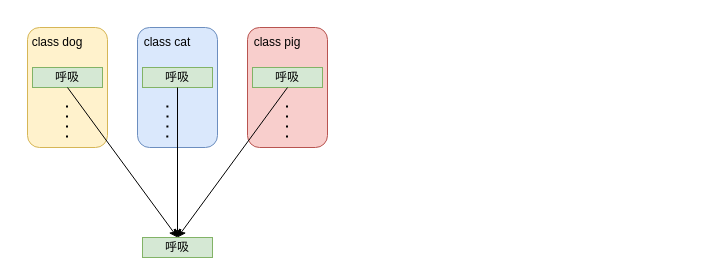
The draw.io diagram DrawIO_file/流程图/组合设计模式.drawio in DingDongZz/typera_PicGO, before the edit. Source tidied: cells renumbered, new cells numbered last; positions are measured from the earlier drawing's top-left corner, leaving out a move shared by most shapes. Both pictures are drawn from the tidied source at 100%, with x=0, y=0 at pixel (27, 27).
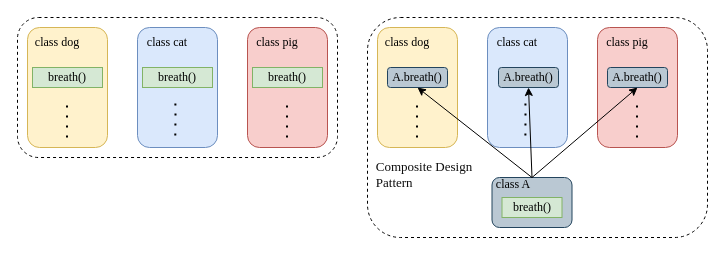
Above is the later version.

Commit message (it also covers changes not shown here):
更新组合设计模式.drawio

The edit, as a diff of the source:
```diff
@@
+    <mxCell id="18" style="rounded=1;whiteSpace=wrap;html=1;dashed=1;fontFamily=Times New Roman;" parent="1" vertex="1">
+      <mxGeometry x="-10" y="-10" width="320" height="140" as="geometry" />
+    </mxCell>
-    <mxCell id="2" style="rounded=1;whiteSpace=wrap;html=1;fillColor=#fff2cc;strokeColor=#d6b656;" parent="1" vertex="1">
+    <mxCell id="2" style="rounded=1;whiteSpace=wrap;html=1;fillColor=#fff2cc;strokeColor=#d6b656;fontFamily=Times New Roman;" parent="1" vertex="1">
       <mxGeometry width="80" height="120" as="geometry" />
     </mxCell>
-    <mxCell id="3" style="rounded=1;whiteSpace=wrap;html=1;fillColor=#dae8fc;strokeColor=#6c8ebf;" parent="1" vertex="1">
+    <mxCell id="3" style="rounded=1;whiteSpace=wrap;html=1;fillColor=#dae8fc;strokeColor=#6c8ebf;fontFamily=Times New Roman;" parent="1" vertex="1">
       <mxGeometry x="110" width="80" height="120" as="geometry" />
     </mxCell>
-    <mxCell id="4" style="rounded=1;whiteSpace=wrap;html=1;fillColor=#f8cecc;strokeColor=#b85450;" parent="1" vertex="1">
+    <mxCell id="4" style="rounded=1;whiteSpace=wrap;html=1;fillColor=#f8cecc;strokeColor=#b85450;fontFamily=Times New Roman;" parent="1" vertex="1">
       <mxGeometry x="220" width="80" height="120" as="geometry" />
     </mxCell>
-    <mxCell id="5" value="class dog" style="text;html=1;align=center;verticalAlign=middle;whiteSpace=wrap;rounded=0;" parent="1" vertex="1">
+    <mxCell id="5" value="class dog" style="text;html=1;align=center;verticalAlign=middle;whiteSpace=wrap;rounded=0;fontFamily=Times New Roman;" parent="1" vertex="1">
       <mxGeometry width="60" height="30" as="geometry" />
     </mxCell>
-    <mxCell id="6" value="class cat" style="text;html=1;align=center;verticalAlign=middle;whiteSpace=wrap;rounded=0;" parent="1" vertex="1">
+    <mxCell id="6" value="class cat" style="text;html=1;align=center;verticalAlign=middle;whiteSpace=wrap;rounded=0;fontFamily=Times New Roman;" parent="1" vertex="1">
       <mxGeometry x="110" width="60" height="30" as="geometry" />
     </mxCell>
-    <mxCell id="7" value="class pig" style="text;html=1;align=center;verticalAlign=middle;whiteSpace=wrap;rounded=0;" parent="1" vertex="1">
+    <mxCell id="7" value="class pig" style="text;html=1;align=center;verticalAlign=middle;whiteSpace=wrap;rounded=0;fontFamily=Times New Roman;" parent="1" vertex="1">
       <mxGeometry x="220" width="60" height="30" as="geometry" />
     </mxCell>
-    <mxCell id="8" value="呼吸" style="rounded=0;whiteSpace=wrap;html=1;fillColor=#d5e8d4;strokeColor=#82b366;" parent="1" vertex="1">
+    <mxCell id="8" value="breath()" style="rounded=0;whiteSpace=wrap;html=1;fillColor=#d5e8d4;strokeColor=#82b366;fontFamily=Times New Roman;" parent="1" vertex="1">
       <mxGeometry x="5" y="40" width="70" height="20" as="geometry" />
     </mxCell>
-    <mxCell id="9" value="呼吸" style="rounded=0;whiteSpace=wrap;html=1;fillColor=#d5e8d4;strokeColor=#82b366;" parent="1" vertex="1">
+    <mxCell id="9" value="breath()" style="rounded=0;whiteSpace=wrap;html=1;fillColor=#d5e8d4;strokeColor=#82b366;fontFamily=Times New Roman;" parent="1" vertex="1">
       <mxGeometry x="115" y="40" width="70" height="20" as="geometry" />
     </mxCell>
-    <mxCell id="10" value="呼吸" style="rounded=0;whiteSpace=wrap;html=1;fillColor=#d5e8d4;strokeColor=#82b366;" parent="1" vertex="1">
+    <mxCell id="10" value="breath()" style="rounded=0;whiteSpace=wrap;html=1;fillColor=#d5e8d4;strokeColor=#82b366;fontFamily=Times New Roman;" parent="1" vertex="1">
       <mxGeometry x="225" y="40" width="70" height="20" as="geometry" />
     </mxCell>
-    <mxCell id="11" style="endArrow=none;dashed=1;html=1;rounded=0;dashPattern=1 4;strokeWidth=2;" parent="1" edge="1">
+    <mxCell id="11" style="endArrow=none;dashed=1;html=1;rounded=0;dashPattern=1 4;strokeWidth=2;fontFamily=Times New Roman;" parent="1" edge="1">
       <mxGeometry relative="1" as="geometry">
         <mxPoint x="39.5" y="110" as="sourcePoint" />
         <mxPoint x="39.5" y="70" as="targetPoint" />
       </mxGeometry>
     </mxCell>
-    <mxCell id="12" style="endArrow=none;dashed=1;html=1;rounded=0;dashPattern=1 4;strokeWidth=2;" parent="1" edge="1">
+    <mxCell id="12" style="endArrow=none;dashed=1;html=1;rounded=0;dashPattern=1 4;strokeWidth=2;fontFamily=Times New Roman;" parent="1" edge="1">
       <mxGeometry relative="1" as="geometry">
-        <mxPoint x="139.8" y="110" as="sourcePoint" />
-        <mxPoint x="139.8" y="70" as="targetPoint" />
+        <mxPoint x="147.8" y="108" as="sourcePoint" />
+        <mxPoint x="147.8" y="68" as="targetPoint" />
         <Array as="points">
-          <mxPoint x="140" y="90" />
+          <mxPoint x="148" y="88" />
         </Array>
       </mxGeometry>
     </mxCell>
-    <mxCell id="13" style="endArrow=none;dashed=1;html=1;rounded=0;dashPattern=1 4;strokeWidth=2;" parent="1" edge="1">
+    <mxCell id="13" style="endArrow=none;dashed=1;html=1;rounded=0;dashPattern=1 4;strokeWidth=2;fontFamily=Times New Roman;" parent="1" edge="1">
       <mxGeometry relative="1" as="geometry">
         <mxPoint x="259.5" y="110" as="sourcePoint" />
         <mxPoint x="259.5" y="70" as="targetPoint" />
       </mxGeometry>
     </mxCell>
-    <mxCell id="14" value="呼吸" style="rounded=0;whiteSpace=wrap;html=1;fillColor=#d5e8d4;strokeColor=#82b366;" parent="1" vertex="1">
-      <mxGeometry x="115" y="210" width="70" height="20" as="geometry" />
-    </mxCell>
-    <mxCell id="15" style="endArrow=classic;html=1;rounded=0;exitX=0.5;exitY=1;exitDx=0;exitDy=0;entryX=0.5;entryY=0;entryDx=0;entryDy=0;" parent="1" edge="1" source="8" target="14">
-      <mxGeometry relative="1" as="geometry" />
-    </mxCell>
-    <mxCell id="16" style="endArrow=classic;html=1;rounded=0;exitX=0.5;exitY=1;exitDx=0;exitDy=0;entryX=0.5;entryY=0;entryDx=0;entryDy=0;" parent="1" edge="1" source="10" target="14">
-      <mxGeometry relative="1" as="geometry" />
-    </mxCell>
-    <mxCell id="17" style="endArrow=classic;html=1;rounded=0;exitX=0.5;exitY=1;exitDx=0;exitDy=0;entryX=0.5;entryY=0;entryDx=0;entryDy=0;" parent="1" edge="1">
-      <mxGeometry relative="1" as="geometry">
-        <mxPoint x="150" y="60" as="sourcePoint" />
-        <mxPoint x="150" y="210" as="targetPoint" />
-      </mxGeometry>
-    </mxCell>
+    <mxCell id="19" style="rounded=1;whiteSpace=wrap;html=1;dashed=1;fontFamily=Times New Roman;" parent="1" vertex="1">
+      <mxGeometry x="340" y="-10" width="340" height="220" as="geometry" />
+    </mxCell>
+    <mxCell id="20" style="rounded=1;whiteSpace=wrap;html=1;fillColor=#fff2cc;strokeColor=#d6b656;fontFamily=Times New Roman;" parent="1" vertex="1">
+      <mxGeometry x="350" width="80" height="120" as="geometry" />
+    </mxCell>
+    <mxCell id="21" style="rounded=1;whiteSpace=wrap;html=1;fillColor=#dae8fc;strokeColor=#6c8ebf;fontFamily=Times New Roman;" parent="1" vertex="1">
+      <mxGeometry x="460" width="80" height="120" as="geometry" />
+    </mxCell>
+    <mxCell id="22" style="rounded=1;whiteSpace=wrap;html=1;fillColor=#f8cecc;strokeColor=#b85450;fontFamily=Times New Roman;" parent="1" vertex="1">
+      <mxGeometry x="570" width="80" height="120" as="geometry" />
+    </mxCell>
+    <mxCell id="23" value="class dog" style="text;html=1;align=center;verticalAlign=middle;whiteSpace=wrap;rounded=0;fontFamily=Times New Roman;" parent="1" vertex="1">
+      <mxGeometry x="350" width="60" height="30" as="geometry" />
+    </mxCell>
+    <mxCell id="24" value="class cat" style="text;html=1;align=center;verticalAlign=middle;whiteSpace=wrap;rounded=0;fontFamily=Times New Roman;" parent="1" vertex="1">
+      <mxGeometry x="460" width="60" height="30" as="geometry" />
+    </mxCell>
+    <mxCell id="25" value="class pig" style="text;html=1;align=center;verticalAlign=middle;whiteSpace=wrap;rounded=0;fontFamily=Times New Roman;" parent="1" vertex="1">
+      <mxGeometry x="570" width="60" height="30" as="geometry" />
+    </mxCell>
+    <mxCell id="26" style="endArrow=none;dashed=1;html=1;rounded=0;dashPattern=1 4;strokeWidth=2;fontFamily=Times New Roman;" parent="1" edge="1">
+      <mxGeometry relative="1" as="geometry">
+        <mxPoint x="389.5" y="110" as="sourcePoint" />
+        <mxPoint x="389.5" y="70" as="targetPoint" />
+      </mxGeometry>
+    </mxCell>
+    <mxCell id="27" style="endArrow=none;dashed=1;html=1;rounded=0;dashPattern=1 4;strokeWidth=2;fontFamily=Times New Roman;" parent="1" edge="1">
+      <mxGeometry relative="1" as="geometry">
+        <mxPoint x="497.9" y="108" as="sourcePoint" />
+        <mxPoint x="497.9" y="68" as="targetPoint" />
+        <Array as="points">
+          <mxPoint x="498" y="88" />
+        </Array>
+      </mxGeometry>
+    </mxCell>
+    <mxCell id="28" style="endArrow=none;dashed=1;html=1;rounded=0;dashPattern=1 4;strokeWidth=2;fontFamily=Times New Roman;" parent="1" edge="1">
+      <mxGeometry relative="1" as="geometry">
+        <mxPoint x="609.5" y="110" as="sourcePoint" />
+        <mxPoint x="609.5" y="70" as="targetPoint" />
+      </mxGeometry>
+    </mxCell>
+    <mxCell id="29" value="A.breath()" style="rounded=1;whiteSpace=wrap;html=1;fillColor=#bac8d3;strokeColor=#23445d;fontFamily=Times New Roman;" parent="1" vertex="1">
+      <mxGeometry x="360" y="40" width="60" height="20" as="geometry" />
+    </mxCell>
+    <mxCell id="30" value="A.breath()" style="rounded=1;whiteSpace=wrap;html=1;fillColor=#bac8d3;strokeColor=#23445d;fontFamily=Times New Roman;" parent="1" vertex="1">
+      <mxGeometry x="471" y="40" width="60" height="20" as="geometry" />
+    </mxCell>
+    <mxCell id="31" value="A.breath()" style="rounded=1;whiteSpace=wrap;html=1;fillColor=#bac8d3;strokeColor=#23445d;fontFamily=Times New Roman;" parent="1" vertex="1">
+      <mxGeometry x="580" y="40" width="60" height="20" as="geometry" />
+    </mxCell>
+    <mxCell id="32" style="group;fontFamily=Times New Roman;" parent="1" vertex="1">
+      <mxGeometry x="455.5" y="142" width="89" height="58" as="geometry" />
+    </mxCell>
+    <mxCell id="33" style="rounded=1;whiteSpace=wrap;html=1;fillColor=#bac8d3;strokeColor=#23445d;fontFamily=Times New Roman;" parent="32" vertex="1">
+      <mxGeometry x="9" y="8" width="80" height="50" as="geometry" />
+    </mxCell>
+    <mxCell id="34" value="breath()" style="rounded=0;whiteSpace=wrap;html=1;fillColor=#d5e8d4;strokeColor=#82b366;fontFamily=Times New Roman;" parent="32" vertex="1">
+      <mxGeometry x="19" y="28" width="60" height="20" as="geometry" />
+    </mxCell>
+    <mxCell id="35" value="class A" style="text;html=1;align=center;verticalAlign=middle;whiteSpace=wrap;rounded=0;fontFamily=Times New Roman;" parent="32" vertex="1">
+      <mxGeometry width="60" height="30" as="geometry" />
+    </mxCell>
+    <mxCell id="36" style="endArrow=classic;html=1;rounded=0;exitX=0.5;exitY=0;exitDx=0;exitDy=0;entryX=0.5;entryY=1;entryDx=0;entryDy=0;fontFamily=Times New Roman;" parent="1" edge="1" source="33" target="29">
+      <mxGeometry relative="1" as="geometry" />
+    </mxCell>
+    <mxCell id="37" style="endArrow=classic;html=1;rounded=0;exitX=0.5;exitY=0;exitDx=0;exitDy=0;entryX=0.5;entryY=1;entryDx=0;entryDy=0;fontFamily=Times New Roman;" parent="1" edge="1" source="33" target="30">
+      <mxGeometry relative="1" as="geometry" />
+    </mxCell>
+    <mxCell id="38" style="endArrow=classic;html=1;rounded=0;exitX=0.5;exitY=0;exitDx=0;exitDy=0;entryX=0.5;entryY=1;entryDx=0;entryDy=0;fontFamily=Times New Roman;" parent="1" edge="1" source="33" target="31">
+      <mxGeometry relative="1" as="geometry" />
+    </mxCell>
+    <mxCell id="39" value="&lt;p style=&quot;margin: 0px; font-variant-numeric: normal; font-variant-east-asian: normal; font-variant-alternates: normal; font-size-adjust: none; font-kerning: auto; font-optical-sizing: auto; font-feature-settings: normal; font-variation-settings: normal; font-variant-position: normal; font-variant-emoji: normal; font-stretch: normal; line-height: normal; color: rgb(14, 14, 14); text-align: start;&quot; class=&quot;p1&quot;&gt;&lt;font face=&quot;Times New Roman&quot; style=&quot;font-size: 13px;&quot;&gt;Composite Design &lt;br&gt;Pattern&lt;/font&gt;&lt;/p&gt;" style="text;html=1;align=center;verticalAlign=middle;whiteSpace=wrap;rounded=0;" parent="1" vertex="1">
+      <mxGeometry x="327" y="137" width="140" height="20" as="geometry" />
+    </mxCell>
```
